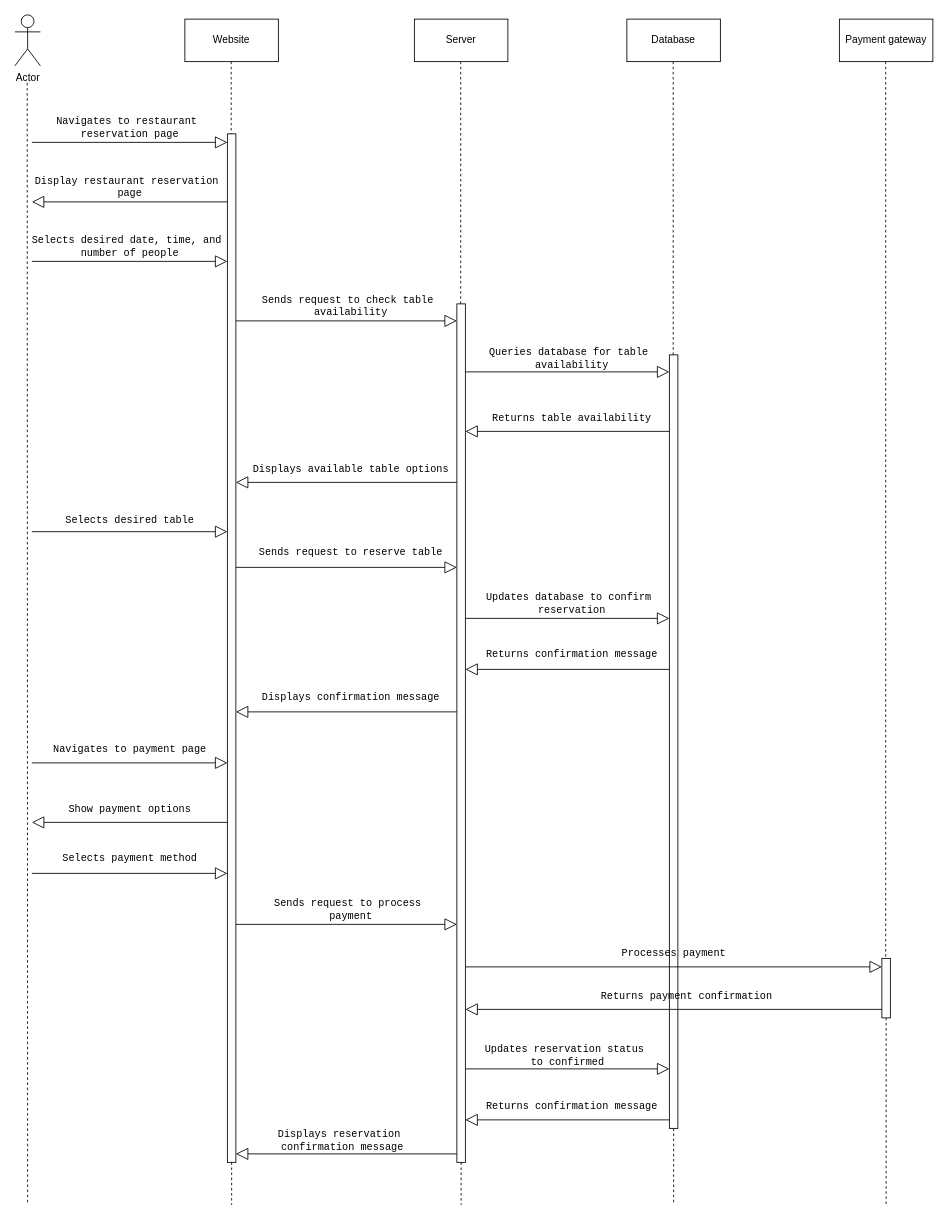
Earlier version of the draw.io diagram Resturent.drawio (CodeSithum/sequencediagram). Source tidied: cells renumbered, new cells numbered last; positions are measured from the earlier drawing's top-left corner, leaving out a move shared by most shapes. Both pictures are drawn from the tidied source at 85%, with x=0, y=0 at pixel (14, 14).
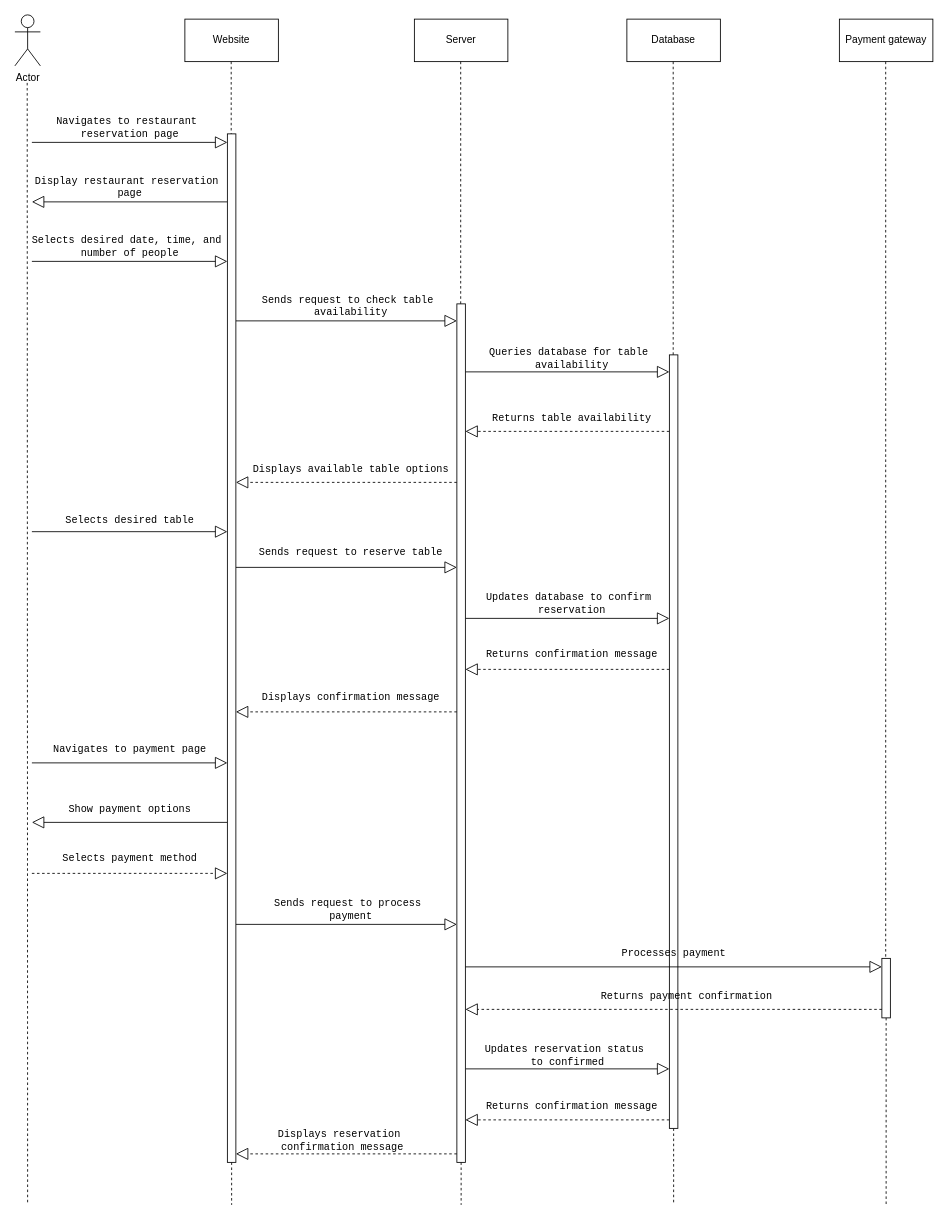
After the change.

What changed in the source:
```diff
@@
-    <mxCell id="37" style="endArrow=block;endFill=0;endSize=12;html=1;rounded=0;" parent="1" edge="1">
+    <mxCell id="37" style="endArrow=block;endFill=0;endSize=12;html=1;rounded=0;dashed=1;" parent="1" edge="1">
       <mxGeometry relative="1" as="geometry">
         <mxPoint x="20" y="1010" as="sourcePoint" />
         <mxPoint x="250" y="1010" as="targetPoint" />
       </mxGeometry>
     </mxCell>
@@
-    <mxCell id="39" style="endArrow=block;endFill=0;endSize=12;html=1;rounded=0;" parent="1" edge="1">
+    <mxCell id="39" style="endArrow=block;endFill=0;endSize=12;html=1;rounded=0;dashed=1;" parent="1" edge="1">
       <mxGeometry relative="1" as="geometry">
         <mxPoint x="520" y="550" as="sourcePoint" />
         <mxPoint x="260" y="550" as="targetPoint" />
       </mxGeometry>
     </mxCell>
@@
-    <mxCell id="41" style="endArrow=block;endFill=0;endSize=12;html=1;rounded=0;" parent="1" edge="1">
+    <mxCell id="41" style="endArrow=block;endFill=0;endSize=12;html=1;rounded=0;dashed=1;" parent="1" edge="1">
       <mxGeometry relative="1" as="geometry">
         <mxPoint x="520" y="820" as="sourcePoint" />
         <mxPoint x="260" y="820" as="targetPoint" />
       </mxGeometry>
     </mxCell>
@@
-    <mxCell id="43" style="endArrow=block;endFill=0;endSize=12;html=1;rounded=0;" parent="1" edge="1">
+    <mxCell id="43" style="endArrow=block;endFill=0;endSize=12;html=1;rounded=0;dashed=1;" parent="1" edge="1">
       <mxGeometry relative="1" as="geometry">
         <mxPoint x="520" y="1340" as="sourcePoint" />
         <mxPoint x="260" y="1340" as="targetPoint" />
       </mxGeometry>
     </mxCell>
@@
-    <mxCell id="45" style="endArrow=block;endFill=0;endSize=12;html=1;rounded=0;" parent="1" edge="1">
+    <mxCell id="45" style="endArrow=block;endFill=0;endSize=12;html=1;rounded=0;dashed=1;" parent="1" edge="1">
       <mxGeometry relative="1" as="geometry">
         <mxPoint x="770" y="490" as="sourcePoint" />
         <mxPoint x="530" y="490" as="targetPoint" />
       </mxGeometry>
     </mxCell>
-    <mxCell id="46" style="endArrow=block;endFill=0;endSize=12;html=1;rounded=0;" parent="1" edge="1">
+    <mxCell id="46" style="endArrow=block;endFill=0;endSize=12;html=1;rounded=0;dashed=1;" parent="1" edge="1">
       <mxGeometry relative="1" as="geometry">
         <mxPoint x="770" y="770" as="sourcePoint" />
         <mxPoint x="530" y="770" as="targetPoint" />
       </mxGeometry>
     </mxCell>
@@
-    <mxCell id="49" style="endArrow=block;endFill=0;endSize=12;html=1;rounded=0;" parent="1" edge="1">
+    <mxCell id="49" style="endArrow=block;endFill=0;endSize=12;html=1;rounded=0;dashed=1;" parent="1" edge="1">
       <mxGeometry relative="1" as="geometry">
         <mxPoint x="770" y="1300" as="sourcePoint" />
         <mxPoint x="530" y="1300" as="targetPoint" />
       </mxGeometry>
     </mxCell>
@@
-    <mxCell id="61" style="endArrow=block;endFill=0;endSize=12;html=1;rounded=0;" parent="1" edge="1">
+    <mxCell id="61" style="endArrow=block;endFill=0;endSize=12;html=1;rounded=0;dashed=1;" parent="1" edge="1">
       <mxGeometry relative="1" as="geometry">
         <mxPoint x="1020" y="1170" as="sourcePoint" />
         <mxPoint x="530" y="1170" as="targetPoint" />
       </mxGeometry>
     </mxCell>
```
